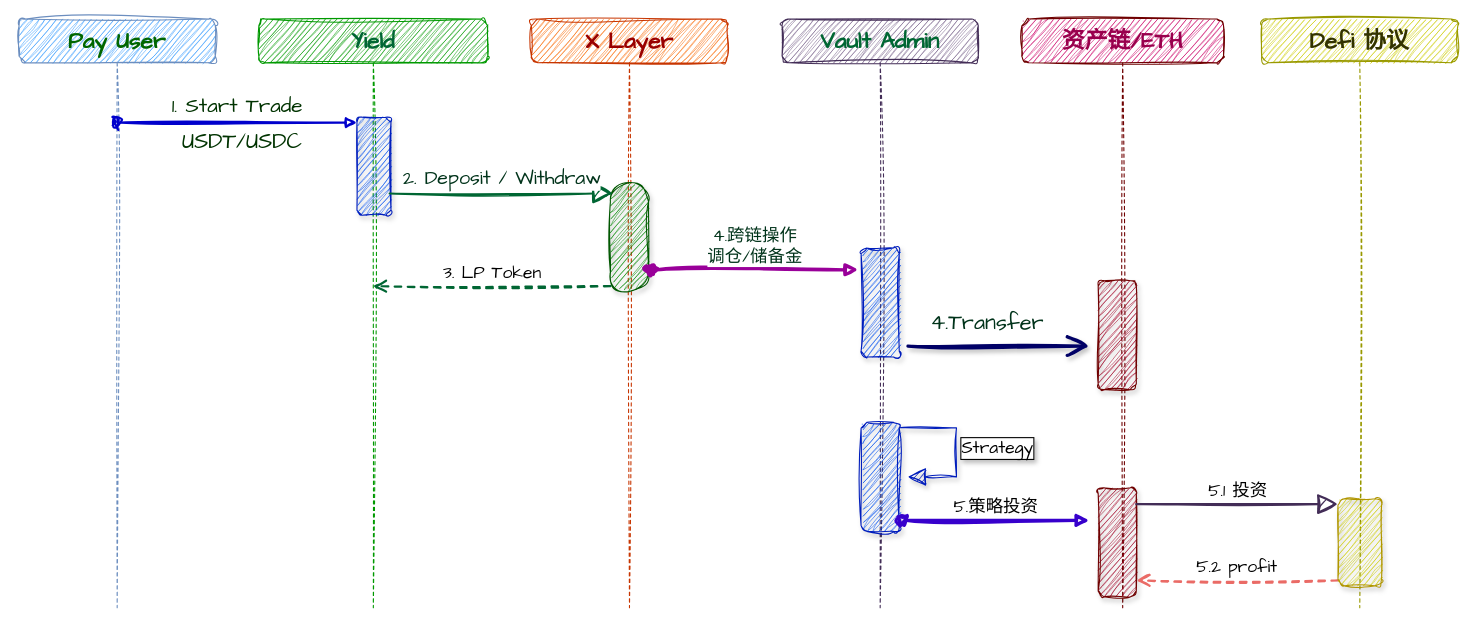
z7658329/my-utils keeps this draw.io diagram as 自研vault-基本流程-赎回.drawio. Above is the earlier version. Source tidied: cells renumbered, new cells numbered last; positions are measured from the earlier drawing's top-left corner, leaving out a move shared by most shapes. Both pictures are drawn from the tidied source at 109%, with x=0, y=0 at pixel (19, 19).
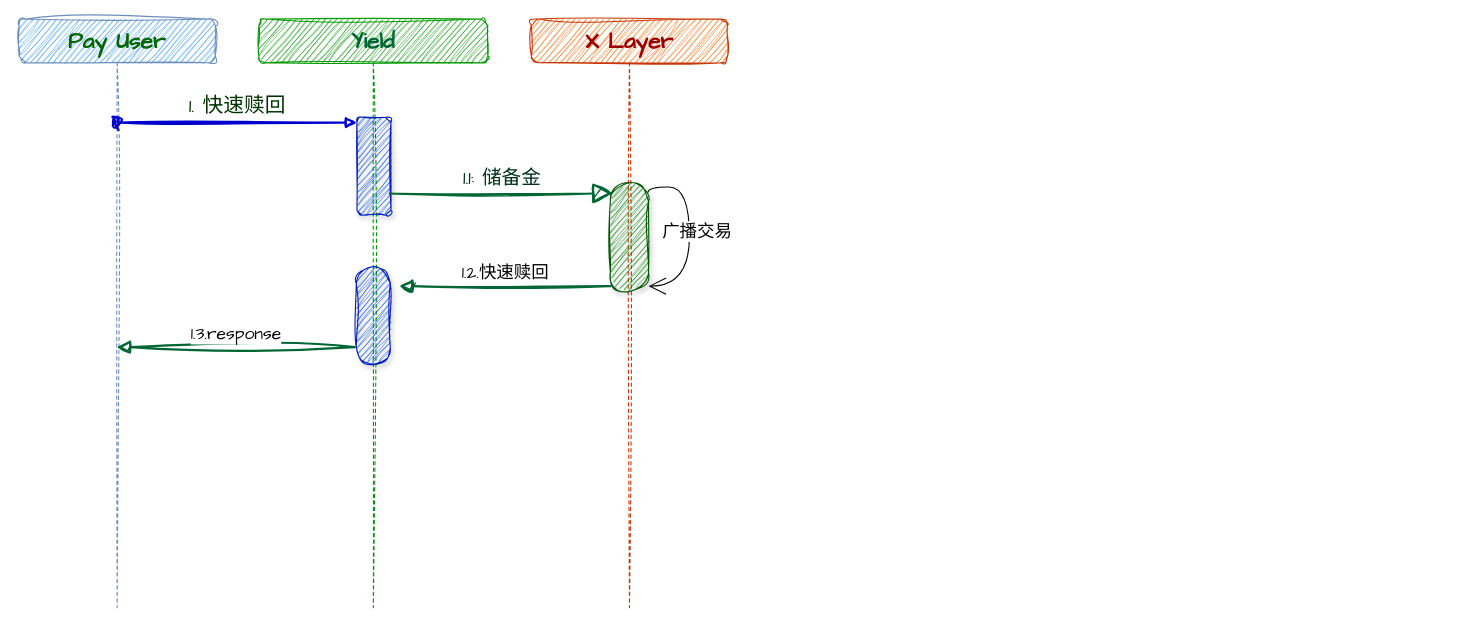
Above is the later version.

Commit message:
更新自研vault-基本流程-赎回.drawio

Unchanged cells that the change refers to:
```xml
<mxCell id="2" value="&lt;font style=&quot;color: rgb(0, 102, 0);&quot;&gt;Pay User&lt;/font&gt;" style="shape=umlLifeline;perimeter=lifelinePerimeter;whiteSpace=wrap;html=1;outlineConnect=0;portConstraint=eastwest;newEdgeStyle={&quot;curved&quot;:0,&quot;rounded&quot;:0};fontFamily=Comic Sans MS;sketch=1;curveFitting=1;jiggle=2;rounded=1;fillColor=#3399FF;strokeColor=#6c8ebf;fontSize=21;fontStyle=1;" parent="1" vertex="1">
  <mxGeometry width="180" height="540" as="geometry" />
</mxCell>
<mxCell id="3" value="&lt;font style=&quot;color: rgb(0, 102, 51);&quot;&gt;Yield&lt;/font&gt;" style="shape=umlLifeline;perimeter=lifelinePerimeter;whiteSpace=wrap;html=1;outlineConnect=0;portConstraint=eastwest;newEdgeStyle={&quot;curved&quot;:0,&quot;rounded&quot;:0};fontFamily=Comic Sans MS;sketch=1;curveFitting=1;jiggle=2;rounded=1;fillColor=#009900;strokeColor=#009900;fontSize=21;fontStyle=1;" parent="1" vertex="1">
  <mxGeometry x="220" width="210" height="540" as="geometry" />
</mxCell>
<mxCell id="4" style="html=1;points=[[0,0,0,0,5],[0,1,0,0,-5],[1,0,0,0,5],[1,1,0,0,-5]];perimeter=orthogonalPerimeter;outlineConnect=0;targetShapes=umlLifeline;portConstraint=eastwest;newEdgeStyle={&quot;curved&quot;:0,&quot;rounded&quot;:0};fontFamily=Architects Daughter;fillColor=#0050ef;strokeColor=#001DBC;fontColor=#ffffff;sketch=1;curveFitting=1;jiggle=2;rounded=1;shadow=1;" parent="3" vertex="1">
  <mxGeometry x="90" y="90" width="31.2" height="90" as="geometry" />
</mxCell>
<mxCell id="7" style="html=1;points=[[0,0,0,0,5],[0,1,0,0,-5],[1,0,0,0,5],[1,1,0,0,-5]];perimeter=orthogonalPerimeter;outlineConnect=0;targetShapes=umlLifeline;portConstraint=eastwest;newEdgeStyle={&quot;curved&quot;:0,&quot;rounded&quot;:0};fontFamily=Architects Daughter;fillColor=#008a00;fontColor=#ffffff;strokeColor=#005700;sketch=1;curveFitting=1;jiggle=2;shadow=1;rounded=1;arcSize=50;labelBackgroundColor=none;textShadow=1;glass=0;" parent="6" vertex="1">
  <mxGeometry x="72.5" y="150" width="35" height="100" as="geometry" />
</mxCell>
```

The edit, as a diff of the source:
```diff
@@
+    <mxCell id="26" style="html=1;points=[[0,0,0,0,5],[0,1,0,0,-5],[1,0,0,0,5],[1,1,0,0,-5]];perimeter=orthogonalPerimeter;outlineConnect=0;targetShapes=umlLifeline;portConstraint=eastwest;newEdgeStyle={&quot;curved&quot;:0,&quot;rounded&quot;:0};fontFamily=Architects Daughter;fillColor=#0050ef;strokeColor=#001DBC;fontColor=#ffffff;sketch=1;curveFitting=1;jiggle=2;rounded=1;shadow=1;arcSize=50;" parent="3" vertex="1">
+      <mxGeometry x="89.4" y="227" width="31.2" height="90" as="geometry" />
+    </mxCell>
-    <mxCell id="5" value="&lt;font style=&quot;font-size: 19px; color: rgb(0, 51, 0);&quot;&gt;1. Start Trade&lt;/font&gt;" style="html=1;verticalAlign=bottom;startArrow=oval;endArrow=block;startSize=8;curved=0;rounded=0;entryX=0;entryY=0;entryDx=0;entryDy=5;fontFamily=Architects Daughter;fontSize=16;sourcePerimeterSpacing=8;targetPerimeterSpacing=8;strokeColor=#0000CC;strokeWidth=2;sketch=1;curveFitting=1;jiggle=2;" parent="1" edge="1" source="2" target="4">
+    <mxCell id="5" value="&lt;font style=&quot;font-size: 19px; color: rgb(0, 51, 0);&quot;&gt;1. 快速赎回&lt;/font&gt;" style="html=1;verticalAlign=bottom;startArrow=oval;endArrow=block;startSize=8;curved=0;rounded=0;entryX=0;entryY=0;entryDx=0;entryDy=5;fontFamily=Architects Daughter;fontSize=16;sourcePerimeterSpacing=8;targetPerimeterSpacing=8;strokeColor=#0000CC;strokeWidth=2;sketch=1;curveFitting=1;jiggle=2;" parent="1" edge="1" source="2" target="4">
       <mxGeometry relative="1" as="geometry" />
     </mxCell>
@@
-    <mxCell id="8" value="&lt;font style=&quot;font-size: 18px; color: rgb(0, 51, 26);&quot;&gt;2. Deposit / Withdraw&lt;/font&gt;" style="html=1;verticalAlign=bottom;endArrow=block;curved=0;rounded=0;entryX=0;entryY=0;entryDx=0;entryDy=5;fontFamily=Architects Daughter;fontSize=16;startSize=14;endSize=14;sourcePerimeterSpacing=8;targetPerimeterSpacing=8;strokeColor=#006633;strokeWidth=2;sketch=1;curveFitting=1;jiggle=2;shadow=0;" parent="1" edge="1">
+    <mxCell id="8" value="&lt;font color=&quot;#00331a&quot;&gt;&lt;span style=&quot;font-size: 18px;&quot;&gt;1.1: 储备金&lt;/span&gt;&lt;/font&gt;" style="html=1;verticalAlign=bottom;endArrow=block;curved=0;rounded=0;entryX=0;entryY=0;entryDx=0;entryDy=5;fontFamily=Architects Daughter;fontSize=16;startSize=14;endSize=14;sourcePerimeterSpacing=8;targetPerimeterSpacing=8;strokeColor=#006633;strokeWidth=2;sketch=1;curveFitting=1;jiggle=2;shadow=0;" parent="1" edge="1">
       <mxGeometry relative="1" as="geometry">
         <mxPoint x="340" y="160" as="sourcePoint" />
         <mxPoint x="545" y="160" as="targetPoint" />
       </mxGeometry>
     </mxCell>
-    <mxCell id="9" value="3. LP Token" style="html=1;verticalAlign=bottom;endArrow=open;dashed=1;endSize=8;curved=0;rounded=1;exitX=0;exitY=1;exitDx=0;exitDy=-5;fontFamily=Architects Daughter;fontSize=16;sourcePerimeterSpacing=8;targetPerimeterSpacing=8;strokeColor=#006633;strokeWidth=2;sketch=1;curveFitting=1;jiggle=2;" parent="1" edge="1" source="7" target="3">
+    <mxCell id="9" value="1.2.快速赎回" style="html=1;verticalAlign=bottom;endArrow=block;endSize=8;curved=0;rounded=1;exitX=0;exitY=1;exitDx=0;exitDy=-5;fontFamily=Architects Daughter;fontSize=16;sourcePerimeterSpacing=8;targetPerimeterSpacing=8;strokeColor=#006633;strokeWidth=2;sketch=1;curveFitting=1;jiggle=2;endFill=1;" parent="1" edge="1" source="7" target="26">
       <mxGeometry relative="1" as="geometry" />
     </mxCell>
-    <mxCell id="10" value="&lt;font style=&quot;color: rgb(0, 102, 51);&quot;&gt;Vault Admin&lt;/font&gt;" style="shape=umlLifeline;perimeter=lifelinePerimeter;whiteSpace=wrap;html=1;newEdgeStyle={&quot;curved&quot;:0,&quot;rounded&quot;:0};fontFamily=Comic Sans MS;sketch=1;curveFitting=1;jiggle=2;rounded=1;fillColor=#76608a;strokeColor=#432D57;fontSize=21;fontStyle=1;fontColor=#ffffff;" parent="1" vertex="1">
-      <mxGeometry x="700" width="180" height="540" as="geometry" />
-    </mxCell>
-    <mxCell id="11" style="html=1;perimeter=orthogonalPerimeter;targetShapes=umlLifeline;newEdgeStyle={&quot;curved&quot;:0,&quot;rounded&quot;:0};fontFamily=Architects Daughter;fillColor=#0050ef;fontColor=#ffffff;strokeColor=#001DBC;sketch=1;curveFitting=1;jiggle=2;shadow=1;rounded=1;" parent="10" vertex="1">
-      <mxGeometry x="72.5" y="210" width="35" height="100" as="geometry" />
-    </mxCell>
-    <mxCell id="12" style="html=1;points=[[0,0,0,0,5],[0,1,0,0,-5],[1,0,0,0,5],[1,1,0,0,-5]];perimeter=orthogonalPerimeter;outlineConnect=0;targetShapes=umlLifeline;portConstraint=eastwest;newEdgeStyle={&quot;curved&quot;:0,&quot;rounded&quot;:0};fontFamily=Architects Daughter;fillColor=#0050ef;fontColor=#ffffff;strokeColor=#001DBC;sketch=1;curveFitting=1;jiggle=2;shadow=1;rounded=1;" parent="10" vertex="1">
-      <mxGeometry x="72.5" y="370" width="35" height="100" as="geometry" />
-    </mxCell>
-    <mxCell id="13" value="Strategy" style="html=1;align=left;spacingLeft=2;endArrow=block;rounded=0;edgeStyle=orthogonalEdgeStyle;curved=0;rounded=0;fontFamily=Architects Daughter;fontSize=16;startSize=14;endSize=14;sourcePerimeterSpacing=8;targetPerimeterSpacing=8;exitX=1;exitY=0;exitDx=0;exitDy=5;exitPerimeter=0;sketch=1;curveFitting=1;jiggle=2;fillColor=#0050ef;strokeColor=#001DBC;shadow=1;labelBorderColor=default;textShadow=1;" parent="10" edge="1" source="12" target="12">
-      <mxGeometry relative="1" as="geometry">
-        <Array as="points">
-          <mxPoint x="160" y="375" />
-          <mxPoint x="160" y="420" />
-        </Array>
-      </mxGeometry>
-    </mxCell>
-    <mxCell id="14" value="&lt;font style=&quot;color: rgb(153, 0, 77);&quot;&gt;资产链/ETH&lt;/font&gt;" style="shape=umlLifeline;perimeter=lifelinePerimeter;whiteSpace=wrap;html=1;newEdgeStyle={&quot;curved&quot;:0,&quot;rounded&quot;:0};fontFamily=Comic Sans MS;sketch=1;curveFitting=1;jiggle=2;rounded=1;fillColor=#CC0066;strokeColor=#6F0000;fontSize=21;fontStyle=1;fontColor=#ffffff;" parent="1" vertex="1">
-      <mxGeometry x="920" width="185" height="540" as="geometry" />
-    </mxCell>
-    <mxCell id="15" style="html=1;perimeter=orthogonalPerimeter;targetShapes=umlLifeline;newEdgeStyle={&quot;curved&quot;:0,&quot;rounded&quot;:0};fontFamily=Architects Daughter;fillColor=#a20025;fontColor=#ffffff;strokeColor=#6F0000;sketch=1;curveFitting=1;jiggle=2;shadow=1;rounded=1;" parent="14" vertex="1">
-      <mxGeometry x="70" y="240" width="35" height="100" as="geometry" />
-    </mxCell>
-    <mxCell id="16" style="html=1;points=[[0,0,0,0,5],[0,1,0,0,-5],[1,0,0,0,5],[1,1,0,0,-5]];perimeter=orthogonalPerimeter;outlineConnect=0;targetShapes=umlLifeline;portConstraint=eastwest;newEdgeStyle={&quot;curved&quot;:0,&quot;rounded&quot;:0};fontFamily=Architects Daughter;fillColor=#a20025;fontColor=#ffffff;strokeColor=#6F0000;sketch=1;curveFitting=1;jiggle=2;shadow=1;rounded=1;" parent="14" vertex="1">
-      <mxGeometry x="70" y="430" width="35" height="100" as="geometry" />
-    </mxCell>
-    <mxCell id="17" value="5.1 投资" style="html=1;verticalAlign=bottom;endArrow=block;curved=0;rounded=0;entryX=0;entryY=0;entryDx=0;entryDy=5;fontFamily=Architects Daughter;fontSize=16;startSize=14;endSize=14;sourcePerimeterSpacing=8;targetPerimeterSpacing=8;strokeWidth=2;fillColor=#76608a;strokeColor=#432D57;sketch=1;curveFitting=1;jiggle=2;shadow=0;" parent="14" edge="1" target="24">
-      <mxGeometry relative="1" as="geometry">
-        <mxPoint x="105" y="445" as="sourcePoint" />
-      </mxGeometry>
-    </mxCell>
-    <mxCell id="18" value="5.2 profit" style="html=1;verticalAlign=bottom;endArrow=open;dashed=1;endSize=8;curved=0;rounded=0;exitX=0;exitY=1;exitDx=0;exitDy=-5;fontFamily=Architects Daughter;fontSize=16;sourcePerimeterSpacing=8;targetPerimeterSpacing=8;strokeWidth=2;strokeColor=#EA6B66;sketch=1;curveFitting=1;jiggle=2;" parent="14" edge="1" source="24">
-      <mxGeometry relative="1" as="geometry">
-        <mxPoint x="105" y="515" as="targetPoint" />
-      </mxGeometry>
-    </mxCell>
-    <mxCell id="19" style="edgeStyle=none;curved=0;rounded=0;orthogonalLoop=1;jettySize=auto;html=1;fontFamily=Architects Daughter;fontSize=16;startSize=14;endArrow=open;endSize=14;sourcePerimeterSpacing=8;targetPerimeterSpacing=8;strokeColor=#000066;strokeWidth=3;sketch=1;curveFitting=1;jiggle=2;shadow=1;" parent="1" edge="1">
-      <mxGeometry relative="1" as="geometry">
-        <mxPoint x="815.5" y="300" as="sourcePoint" />
-        <mxPoint x="982" y="300" as="targetPoint" />
-      </mxGeometry>
-    </mxCell>
-    <mxCell id="20" value="&lt;font style=&quot;color: rgb(0, 51, 26);&quot; face=&quot;Comic Sans MS&quot;&gt;4.跨链操作&lt;/font&gt;&lt;div&gt;&lt;font style=&quot;color: rgb(0, 51, 26);&quot; face=&quot;Comic Sans MS&quot;&gt;调仓/储备金&lt;/font&gt;&lt;/div&gt;" style="html=1;verticalAlign=bottom;startArrow=oval;endArrow=block;startSize=8;curved=0;rounded=0;fontFamily=Architects Daughter;fontSize=16;sourcePerimeterSpacing=8;targetPerimeterSpacing=8;strokeColor=#990099;strokeWidth=3;sketch=1;curveFitting=1;jiggle=2;fillColor=#d80073;" parent="1" edge="1">
-      <mxGeometry relative="1" as="geometry">
-        <mxPoint x="580" y="230" as="sourcePoint" />
-        <mxPoint x="770" y="230" as="targetPoint" />
-      </mxGeometry>
-    </mxCell>
-    <mxCell id="21" value="&lt;font style=&quot;color: rgb(0, 51, 26);&quot;&gt;4.Transfer&lt;/font&gt;" style="text;html=1;align=center;verticalAlign=middle;strokeColor=none;fillColor=none;fontSize=20;fontFamily=Architects Daughter;rounded=1;sketch=1;curveFitting=1;jiggle=2;" parent="1" vertex="1">
-      <mxGeometry x="827" y="260" width="122" height="36" as="geometry" />
-    </mxCell>
-    <mxCell id="22" value="5.策略投资" style="html=1;verticalAlign=bottom;startArrow=oval;startFill=1;endArrow=block;startSize=8;curved=0;rounded=0;fontFamily=Architects Daughter;fontSize=16;sourcePerimeterSpacing=8;targetPerimeterSpacing=8;sketch=1;curveFitting=1;jiggle=2;fillColor=#6a00ff;strokeColor=#3700CC;strokeWidth=3;" parent="1" edge="1" target="16">
-      <mxGeometry relative="1" as="geometry">
-        <mxPoint x="810" y="460" as="sourcePoint" />
-      </mxGeometry>
-    </mxCell>
-    <mxCell id="23" value="&lt;font style=&quot;color: rgb(51, 51, 0);&quot;&gt;Defi 协议&lt;/font&gt;" style="shape=umlLifeline;perimeter=lifelinePerimeter;whiteSpace=wrap;html=1;newEdgeStyle={&quot;curved&quot;:0,&quot;rounded&quot;:0};fontFamily=Comic Sans MS;sketch=1;curveFitting=1;jiggle=2;rounded=1;fillColor=#CCCC00;strokeColor=#999900;fontSize=21;fontStyle=1;fontColor=#000000;" parent="1" vertex="1">
-      <mxGeometry x="1140" width="180" height="540" as="geometry" />
-    </mxCell>
-    <mxCell id="24" style="html=1;points=[[0,0,0,0,5],[0,1,0,0,-5],[1,0,0,0,5],[1,1,0,0,-5]];perimeter=orthogonalPerimeter;outlineConnect=0;targetShapes=umlLifeline;portConstraint=eastwest;newEdgeStyle={&quot;curved&quot;:0,&quot;rounded&quot;:0};fontFamily=Architects Daughter;fillColor=#CCCC00;fontColor=#000000;strokeColor=#B09500;rounded=1;sketch=1;curveFitting=1;jiggle=2;shadow=1;" parent="23" vertex="1">
-      <mxGeometry x="70" y="440" width="40" height="80" as="geometry" />
-    </mxCell>
-    <mxCell id="25" value="&lt;font style=&quot;color: rgb(0, 51, 0);&quot;&gt;USDT/USDC&lt;/font&gt;" style="text;strokeColor=none;fillColor=none;html=1;align=center;verticalAlign=middle;whiteSpace=wrap;rounded=0;fontSize=20;fontFamily=Architects Daughter;fontColor=#3333FF;" parent="1" vertex="1">
-      <mxGeometry x="129" y="100" width="152" height="23" as="geometry" />
-    </mxCell>
+    <mxCell id="27" value="1.3.response" style="html=1;verticalAlign=bottom;endArrow=block;endSize=8;curved=0;rounded=1;exitX=0;exitY=1;exitDx=0;exitDy=-5;fontFamily=Architects Daughter;fontSize=16;sourcePerimeterSpacing=8;targetPerimeterSpacing=8;strokeColor=#006633;strokeWidth=2;sketch=1;curveFitting=1;jiggle=2;endFill=1;" parent="1" edge="1" target="2">
+      <mxGeometry relative="1" as="geometry">
+        <mxPoint x="308" y="301" as="sourcePoint" />
+      </mxGeometry>
+    </mxCell>
+    <mxCell id="28" style="edgeStyle=orthogonalEdgeStyle;jettySize=auto;html=1;rounded=0;fontFamily=Architects Daughter;fontSize=16;startSize=14;endArrow=open;endSize=14;sourcePerimeterSpacing=8;targetPerimeterSpacing=8;curved=1;entryX=1;entryY=1;entryDx=0;entryDy=-5;entryPerimeter=0;" parent="1" edge="1" target="7">
+      <mxGeometry relative="1" as="geometry">
+        <mxPoint x="577" y="159" as="sourcePoint" />
+        <Array as="points">
+          <mxPoint x="577" y="154" />
+          <mxPoint x="615" y="154" />
+          <mxPoint x="615" y="245" />
+        </Array>
+      </mxGeometry>
+    </mxCell>
+    <mxCell id="29" value="广播交易" style="edgeLabel;html=1;align=center;verticalAlign=middle;fontSize=16;fontFamily=Architects Daughter;" parent="28" vertex="1">
+      <mxGeometry x="-0.67" y="-1" relative="1" as="geometry">
+        <mxPoint x="21" y="39" as="offset" />
+      </mxGeometry>
+    </mxCell>
```
